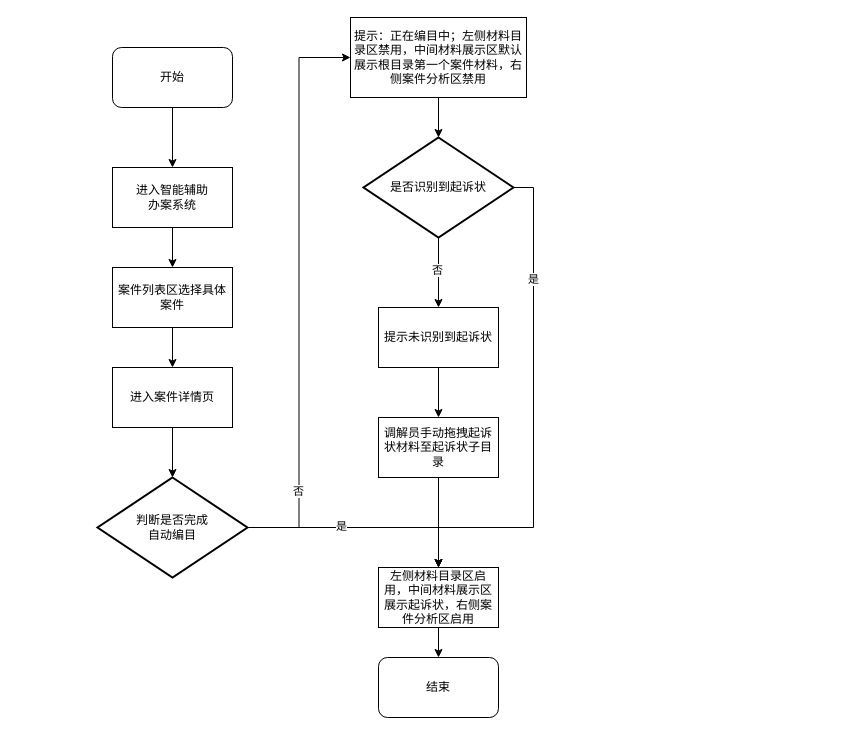
The draw.io diagram 案件管理模块流程图.drawio in Lainy0605/graduate, before the edit. Source tidied: cells renumbered, new cells numbered last; positions are measured from the earlier drawing's top-left corner, leaving out a move shared by most shapes. Both pictures are drawn from the tidied source at 100%, with x=0, y=0 at pixel (97, 17).
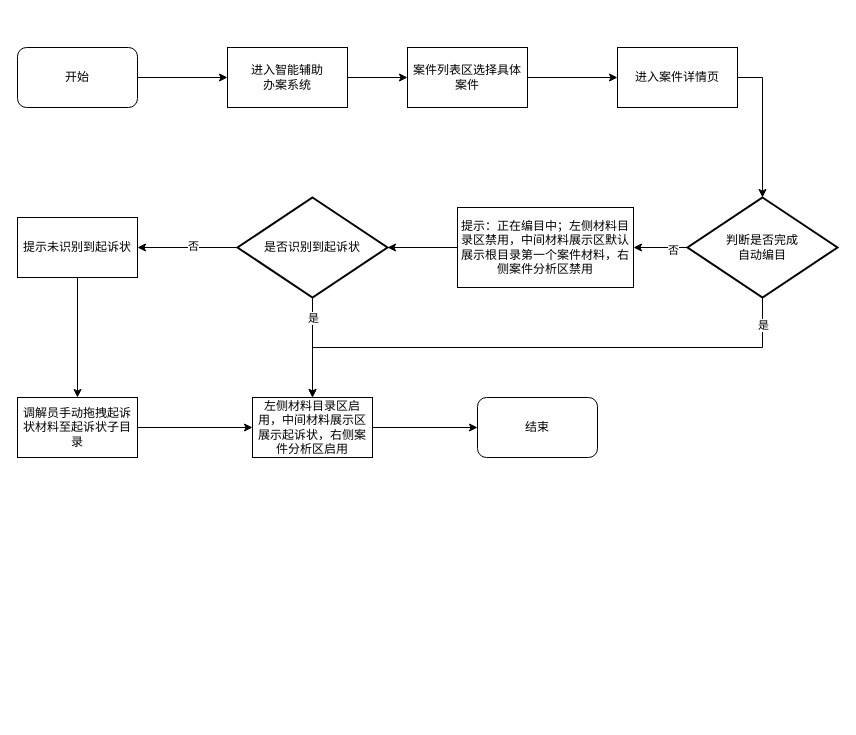
Above is the later version.

Commit message:
更新案件管理模块流程图.drawio

The change refers to these unchanged cells:
```xml
<mxCell id="17" style="edgeStyle=orthogonalEdgeStyle;rounded=0;jettySize=auto;html=1;" parent="1" edge="1" source="21" target="26">
  <mxGeometry relative="1" as="geometry" />
</mxCell>
```

The edit, as a diff of the source:
```diff
@@
-    <mxCell id="2" style="edgeStyle=orthogonalEdgeStyle;rounded=0;jettySize=auto;html=1;entryX=0.5;entryY=0;entryDx=0;entryDy=0;" parent="1" edge="1" source="3" target="5">
+    <mxCell id="2" style="edgeStyle=orthogonalEdgeStyle;rounded=0;jettySize=auto;html=1;entryX=0;entryY=0.5;entryDx=0;entryDy=0;" parent="1" edge="1" source="3" target="5">
       <mxGeometry relative="1" as="geometry" />
     </mxCell>
     <mxCell id="3" value="开始" style="rounded=1;whiteSpace=wrap;html=1;" parent="1" vertex="1">
-      <mxGeometry x="15" y="30" width="120" height="60" as="geometry" />
+      <mxGeometry x="-80" y="30" width="120" height="60" as="geometry" />
     </mxCell>
-    <mxCell id="4" style="edgeStyle=orthogonalEdgeStyle;rounded=0;jettySize=auto;html=1;entryX=0.5;entryY=0;entryDx=0;entryDy=0;" parent="1" edge="1" source="5" target="7">
+    <mxCell id="4" style="edgeStyle=orthogonalEdgeStyle;rounded=0;jettySize=auto;html=1;entryX=0;entryY=0.5;entryDx=0;entryDy=0;" parent="1" edge="1" source="5" target="7">
       <mxGeometry relative="1" as="geometry" />
     </mxCell>
     <mxCell id="5" value="进入智能辅助&lt;div&gt;办案系统&lt;/div&gt;" style="rounded=0;whiteSpace=wrap;html=1;" parent="1" vertex="1">
-      <mxGeometry x="15" y="150" width="120" height="60" as="geometry" />
+      <mxGeometry x="130" y="30" width="120" height="60" as="geometry" />
     </mxCell>
-    <mxCell id="6" style="edgeStyle=orthogonalEdgeStyle;rounded=0;jettySize=auto;html=1;entryX=0.5;entryY=0;entryDx=0;entryDy=0;" parent="1" edge="1" source="7" target="9">
+    <mxCell id="6" style="edgeStyle=orthogonalEdgeStyle;rounded=0;jettySize=auto;html=1;entryX=0;entryY=0.5;entryDx=0;entryDy=0;" parent="1" edge="1" source="7" target="9">
       <mxGeometry relative="1" as="geometry" />
     </mxCell>
     <mxCell id="7" value="案件列表区选择具体案件" style="rounded=0;whiteSpace=wrap;html=1;" parent="1" vertex="1">
-      <mxGeometry x="15" y="250" width="120" height="60" as="geometry" />
+      <mxGeometry x="310" y="30" width="120" height="60" as="geometry" />
     </mxCell>
-    <mxCell id="8" style="edgeStyle=orthogonalEdgeStyle;rounded=0;jettySize=auto;html=1;" parent="1" edge="1" source="9" target="14">
-      <mxGeometry relative="1" as="geometry" />
-    </mxCell>
     <mxCell id="9" value="进入案件详情页" style="rounded=0;whiteSpace=wrap;html=1;" parent="1" vertex="1">
-      <mxGeometry x="15" y="350" width="120" height="60" as="geometry" />
+      <mxGeometry x="520" y="30" width="120" height="60" as="geometry" />
     </mxCell>
-    <mxCell id="10" style="edgeStyle=orthogonalEdgeStyle;rounded=0;jettySize=auto;html=1;entryX=0;entryY=0.5;entryDx=0;entryDy=0;" parent="1" edge="1" source="14" target="16">
+    <mxCell id="10" style="edgeStyle=orthogonalEdgeStyle;rounded=0;jettySize=auto;html=1;entryX=1;entryY=0.5;entryDx=0;entryDy=0;" parent="1" edge="1" source="14" target="16">
       <mxGeometry relative="1" as="geometry" />
     </mxCell>
-    <mxCell id="11" value="否" style="edgeLabel;html=1;align=center;verticalAlign=middle;" parent="10" vertex="1">
-      <mxGeometry x="-0.67" y="-1" relative="1" as="geometry">
-        <mxPoint x="-2" y="7" as="offset" />
-      </mxGeometry>
-    </mxCell>
+    <mxCell id="29" value="否" style="edgeLabel;html=1;align=center;verticalAlign=middle;" parent="10" vertex="1">
+      <mxGeometry x="-0.44" y="2" relative="1" as="geometry" />
+    </mxCell>
     <mxCell id="12" style="edgeStyle=orthogonalEdgeStyle;rounded=0;jettySize=auto;html=1;entryX=0.5;entryY=0;entryDx=0;entryDy=0;" parent="1" edge="1" source="14" target="23">
-      <mxGeometry relative="1" as="geometry" />
+      <mxGeometry relative="1" as="geometry">
+        <Array as="points">
+          <mxPoint x="665" y="330" />
+          <mxPoint x="215" y="330" />
+        </Array>
+      </mxGeometry>
     </mxCell>
-    <mxCell id="13" value="是" style="edgeLabel;html=1;align=center;verticalAlign=middle;" parent="12" vertex="1">
-      <mxGeometry x="-0.13" y="2" relative="1" as="geometry">
-        <mxPoint x="-7" as="offset" />
-      </mxGeometry>
-    </mxCell>
+    <mxCell id="30" value="是" style="edgeLabel;html=1;align=center;verticalAlign=middle;" parent="12" vertex="1">
+      <mxGeometry x="-0.9" y="2" relative="1" as="geometry">
+        <mxPoint x="-2" as="offset" />
+      </mxGeometry>
+    </mxCell>
     <mxCell id="14" value="判断是否完成&lt;div&gt;自动编目&lt;/div&gt;" style="strokeWidth=2;html=1;shape=mxgraph.flowchart.decision;whiteSpace=wrap;" parent="1" vertex="1">
-      <mxGeometry y="460" width="150" height="100" as="geometry" />
+      <mxGeometry x="590" y="180" width="150" height="100" as="geometry" />
     </mxCell>
@@
     <mxCell id="16" value="提示：正在编目中；左侧材料目录区禁用，中间材料展示区默认展示根目录第一个案件材料，右侧案件分析区禁用" style="rounded=0;whiteSpace=wrap;html=1;" parent="1" vertex="1">
-      <mxGeometry x="253" width="176" height="80" as="geometry" />
+      <mxGeometry x="360" y="190" width="176" height="80" as="geometry" />
     </mxCell>
@@
-    <mxCell id="18" value="否" style="edgeLabel;html=1;align=center;verticalAlign=middle;" parent="17" vertex="1">
-      <mxGeometry x="-0.1" y="-2" relative="1" as="geometry" />
-    </mxCell>
+    <mxCell id="31" value="否" style="edgeLabel;html=1;align=center;verticalAlign=middle;" parent="17" vertex="1">
+      <mxGeometry x="-0.1" y="-2" relative="1" as="geometry" />
+    </mxCell>
-    <mxCell id="19" style="edgeStyle=orthogonalEdgeStyle;rounded=0;jettySize=auto;html=1;entryX=0.5;entryY=0;entryDx=0;entryDy=0;exitX=1;exitY=0.5;exitDx=0;exitDy=0;exitPerimeter=0;" parent="1" edge="1" source="21" target="23">
-      <mxGeometry relative="1" as="geometry">
-        <Array as="points">
-          <mxPoint x="436" y="170" />
-          <mxPoint x="436" y="510" />
-          <mxPoint x="341" y="510" />
-        </Array>
-      </mxGeometry>
+    <mxCell id="19" style="edgeStyle=orthogonalEdgeStyle;rounded=0;jettySize=auto;html=1;" parent="1" edge="1" source="21" target="23">
+      <mxGeometry relative="1" as="geometry" />
     </mxCell>
-    <mxCell id="20" value="是" style="edgeLabel;html=1;align=center;verticalAlign=middle;" parent="19" vertex="1">
-      <mxGeometry x="-0.4" y="2" relative="1" as="geometry">
-        <mxPoint x="-3" y="-38" as="offset" />
-      </mxGeometry>
-    </mxCell>
+    <mxCell id="32" value="是" style="edgeLabel;html=1;align=center;verticalAlign=middle;" parent="19" vertex="1">
+      <mxGeometry x="-0.16" y="1" relative="1" as="geometry">
+        <mxPoint x="-1" y="-22" as="offset" />
+      </mxGeometry>
+    </mxCell>
     <mxCell id="21" value="是否识别到起诉状" style="strokeWidth=2;html=1;shape=mxgraph.flowchart.decision;whiteSpace=wrap;" parent="1" vertex="1">
-      <mxGeometry x="266" y="120" width="150" height="100" as="geometry" />
+      <mxGeometry x="140" y="180" width="150" height="100" as="geometry" />
     </mxCell>
-    <mxCell id="22" style="edgeStyle=orthogonalEdgeStyle;rounded=0;jettySize=auto;html=1;entryX=0.5;entryY=0;entryDx=0;entryDy=0;" parent="1" edge="1" source="23" target="24">
+    <mxCell id="22" style="edgeStyle=orthogonalEdgeStyle;rounded=0;jettySize=auto;html=1;entryX=0;entryY=0.5;entryDx=0;entryDy=0;" parent="1" edge="1" source="23" target="24">
       <mxGeometry relative="1" as="geometry" />
     </mxCell>
     <mxCell id="23" value="左侧材料目录区启用，中间材料展示区展示起诉状，右侧案件分析区启用" style="rounded=0;whiteSpace=wrap;html=1;" parent="1" vertex="1">
-      <mxGeometry x="281" y="550" width="120" height="60" as="geometry" />
+      <mxGeometry x="155" y="380" width="120" height="60" as="geometry" />
     </mxCell>
     <mxCell id="24" value="结束" style="rounded=1;whiteSpace=wrap;html=1;" parent="1" vertex="1">
-      <mxGeometry x="281" y="640" width="120" height="60" as="geometry" />
+      <mxGeometry x="380" y="380" width="120" height="60" as="geometry" />
     </mxCell>
@@
     <mxCell id="26" value="提示未识别到起诉状" style="rounded=0;whiteSpace=wrap;html=1;" parent="1" vertex="1">
-      <mxGeometry x="281" y="290" width="120" height="60" as="geometry" />
+      <mxGeometry x="-80" y="200" width="120" height="60" as="geometry" />
     </mxCell>
-    <mxCell id="27" style="edgeStyle=orthogonalEdgeStyle;rounded=0;jettySize=auto;html=1;entryX=0.5;entryY=0;entryDx=0;entryDy=0;" parent="1" edge="1" source="28" target="23">
+    <mxCell id="27" style="edgeStyle=orthogonalEdgeStyle;rounded=0;jettySize=auto;html=1;" parent="1" edge="1" source="28" target="23">
       <mxGeometry relative="1" as="geometry" />
     </mxCell>
     <mxCell id="28" value="调解员手动拖拽起诉状材料至起诉状子目录" style="rounded=0;whiteSpace=wrap;html=1;" parent="1" vertex="1">
-      <mxGeometry x="281" y="400" width="120" height="60" as="geometry" />
+      <mxGeometry x="-80" y="380" width="120" height="60" as="geometry" />
     </mxCell>
+    <mxCell id="8" style="edgeStyle=orthogonalEdgeStyle;rounded=0;jettySize=auto;html=1;entryX=0.5;entryY=0;entryDx=0;entryDy=0;entryPerimeter=0;exitX=1;exitY=0.5;exitDx=0;exitDy=0;" parent="1" edge="1" source="9" target="14">
+      <mxGeometry relative="1" as="geometry" />
+    </mxCell>
```
